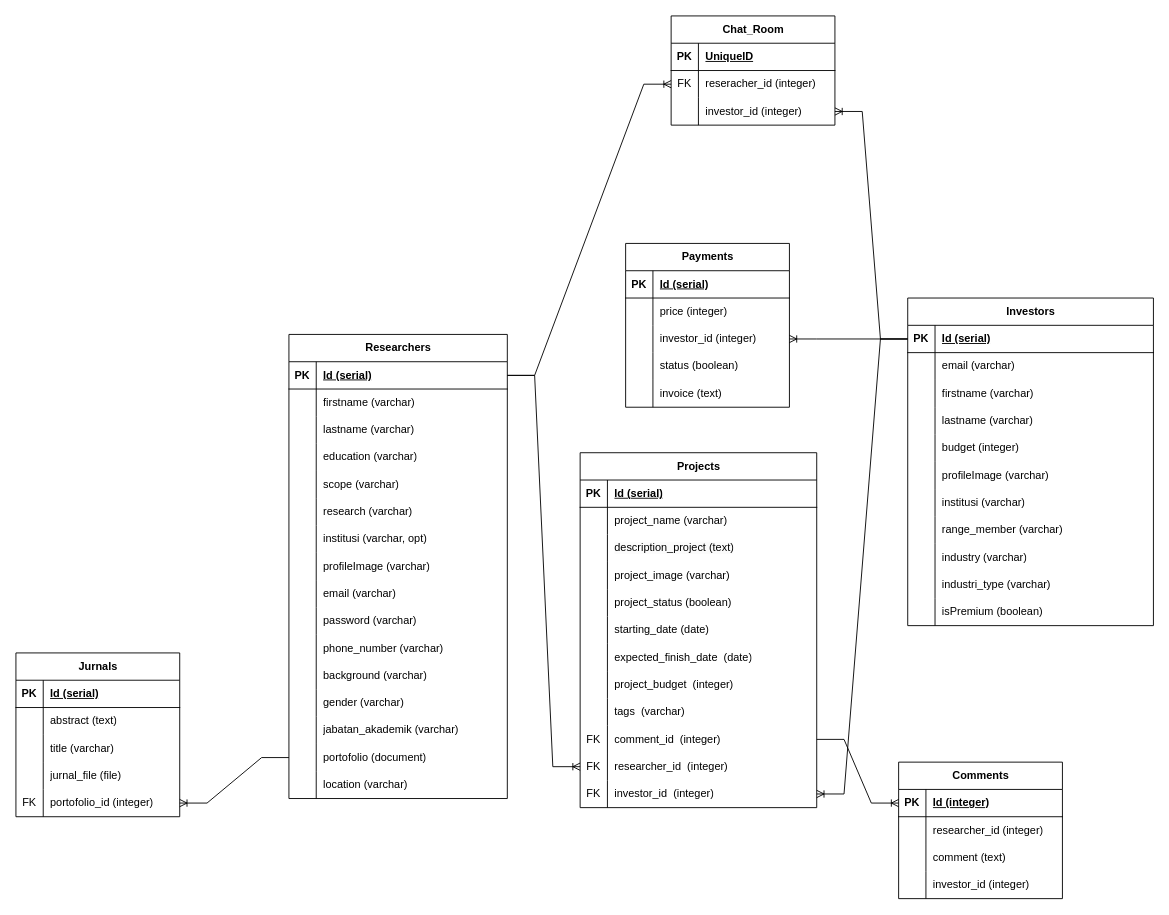
Earlier version of the draw.io diagram prevferr/server/flow.drawio (Prevferr/Pintar-Ai-Next-app). Source tidied: cells renumbered, new cells numbered last; positions are measured from the earlier drawing's top-left corner, leaving out a move shared by most shapes. Both pictures are drawn from the tidied source at 91%, with x=0, y=0 at pixel (15, 15).
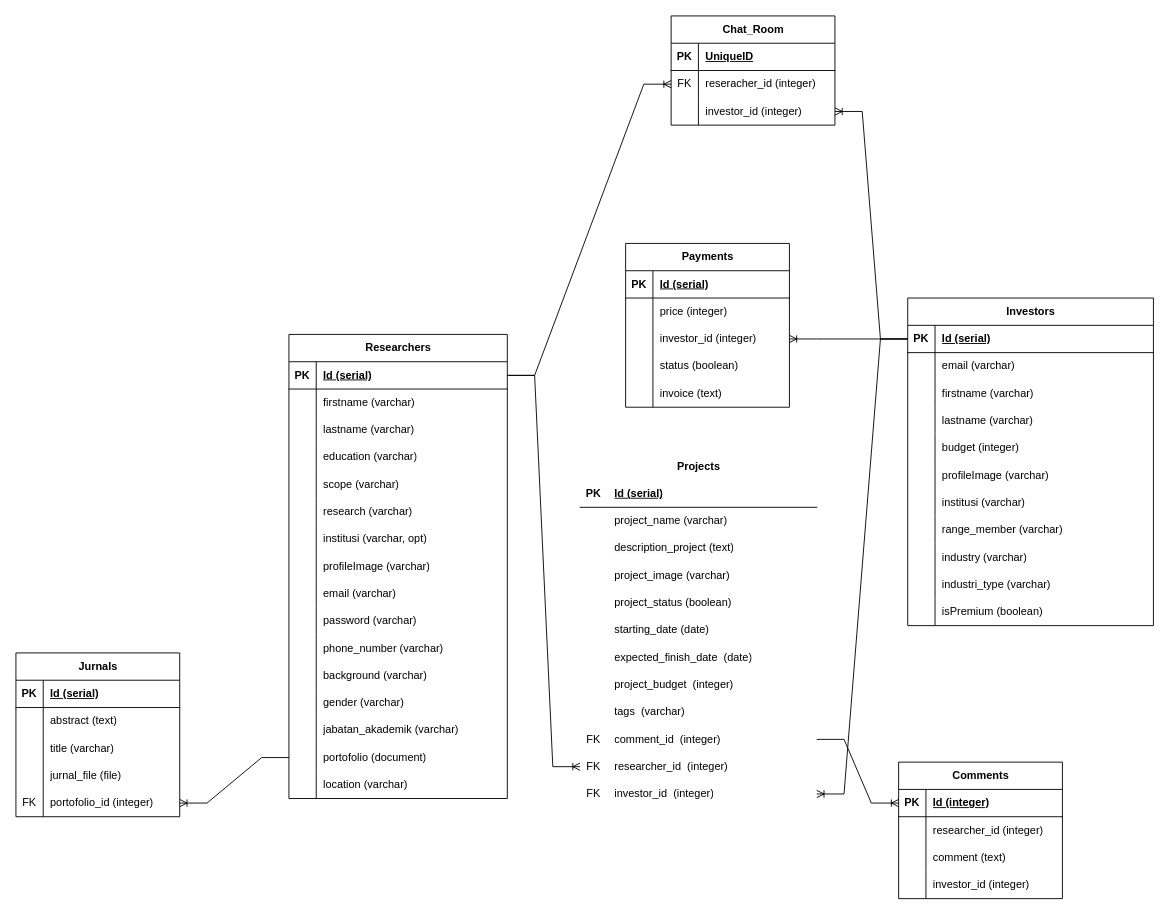
The same page after the edit.

The edit, as a diff of the source:
```diff
@@
-    <mxCell id="51" value="Projects" style="shape=table;startSize=30;childLayout=tableLayout;rowLines=0;fontStyle=1;align=center;html=1;" parent="1" vertex="1">
+    <mxCell id="51" value="Projects" style="shape=table;startSize=30;childLayout=tableLayout;rowLines=0;fontStyle=1;align=center;html=1;strokeColor=none;" parent="1" vertex="1">
       <mxGeometry x="620" y="480" width="260" height="390" as="geometry" />
     </mxCell>
```
